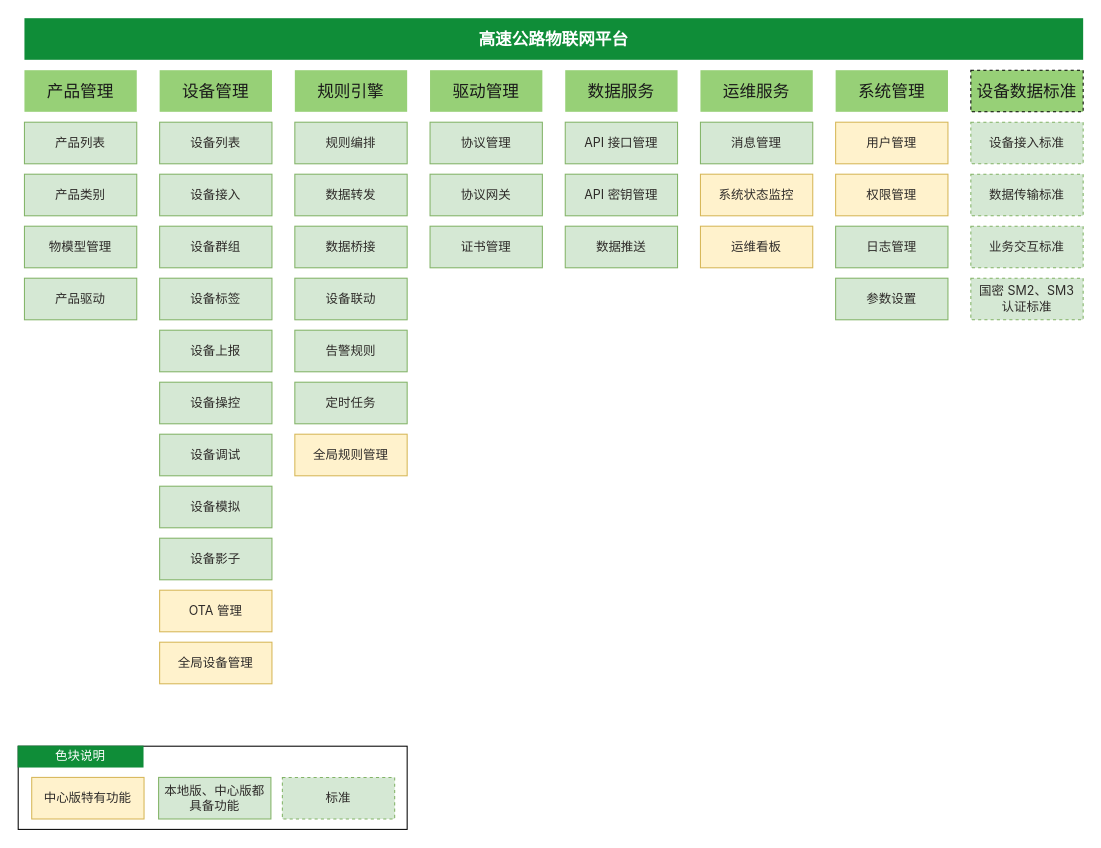
Earlier version of the draw.io diagram 物联网平台功能模块.drawio (kerwin58/drawio). Source tidied: cells renumbered, new cells numbered last; positions are measured from the earlier drawing's top-left corner, leaving out a move shared by most shapes. Both pictures are drawn from the tidied source at 104%, with x=0, y=0 at pixel (18, 18).
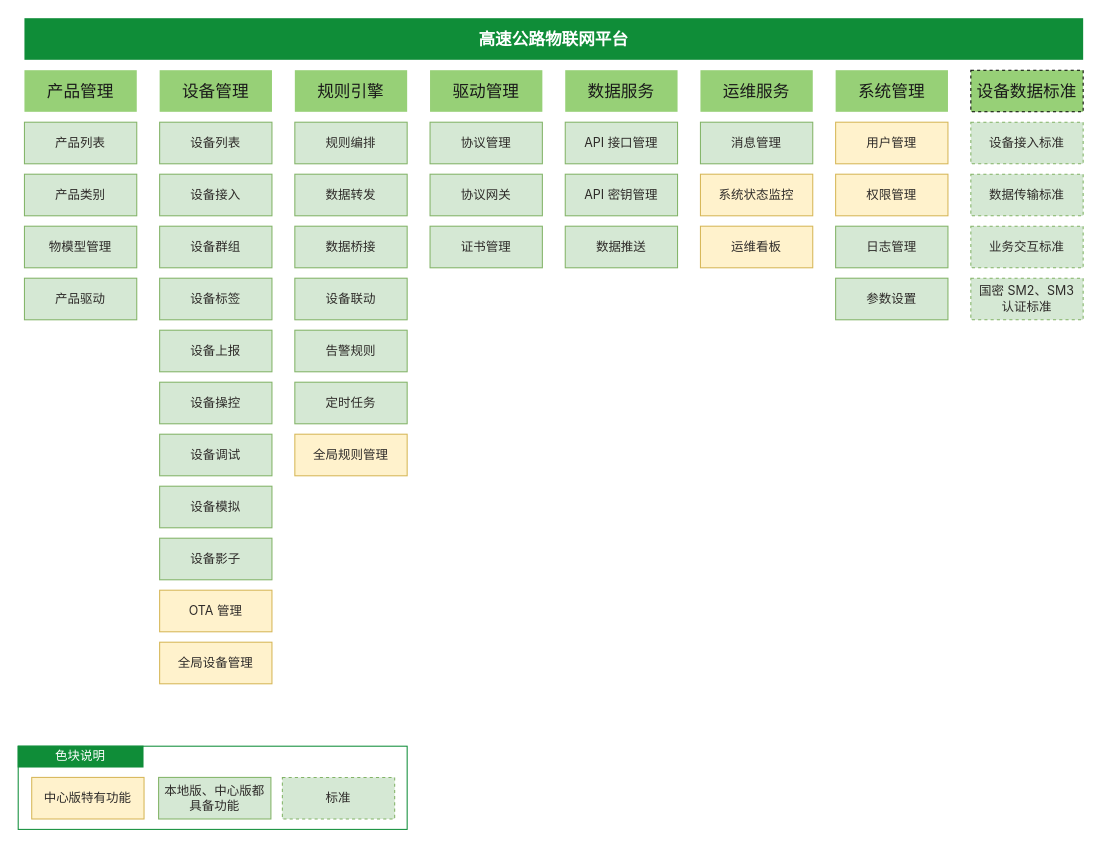
Above is the later version.

Commit message (it also covers changes not shown here):
更新物联网平台功能模块.drawio

Change to the diagram source:
```diff
@@
-    <mxCell id="2" style="rounded=0;whiteSpace=wrap;html=1;" parent="1" vertex="1">
+    <mxCell id="2" style="rounded=0;whiteSpace=wrap;html=1;strokeColor=#0F8D38;" parent="1" vertex="1">
       <mxGeometry y="700" width="374" height="80" as="geometry" />
     </mxCell>
```
